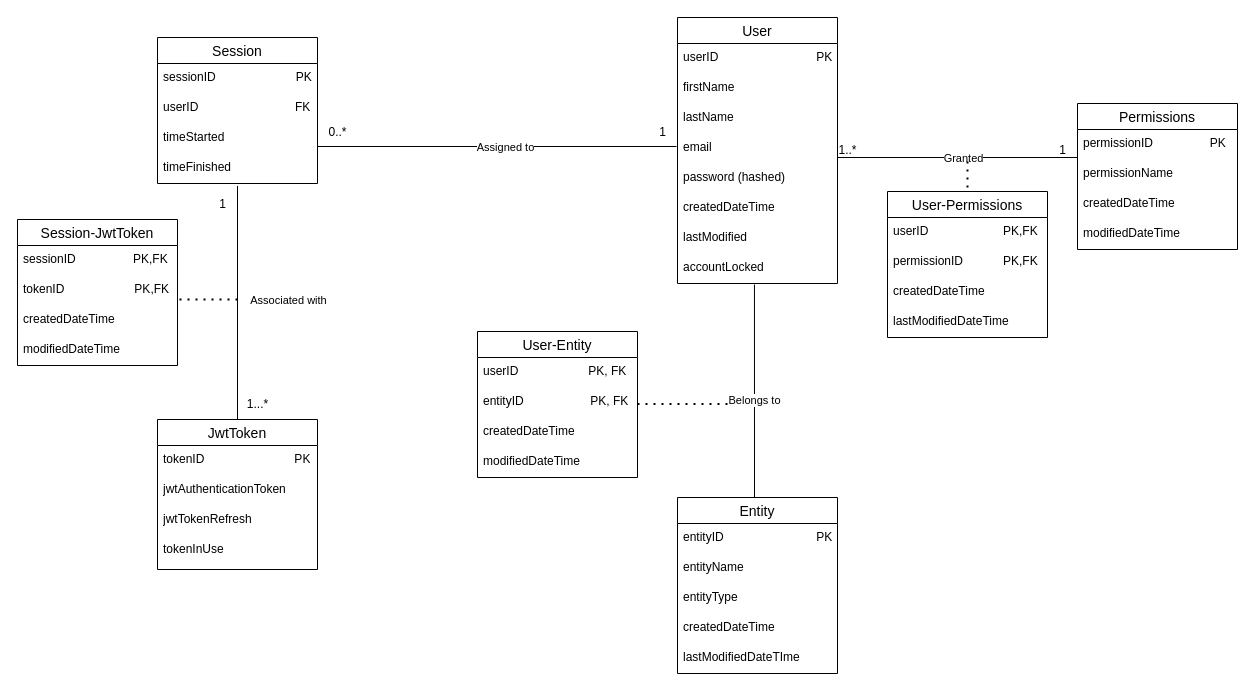
The draw.io diagram page "Database Design Diagram Authentication and Authorisation" (3 of 8) of Web App Component Diagram.drawio in LouiGee/finalProjectBackEnd, before the edit. Source tidied: cells renumbered, new cells numbered last; positions are measured from the earlier drawing's top-left corner, leaving out a move shared by most shapes. Both pictures are drawn from the tidied source at 100%, with x=0, y=0 at pixel (17, 17).
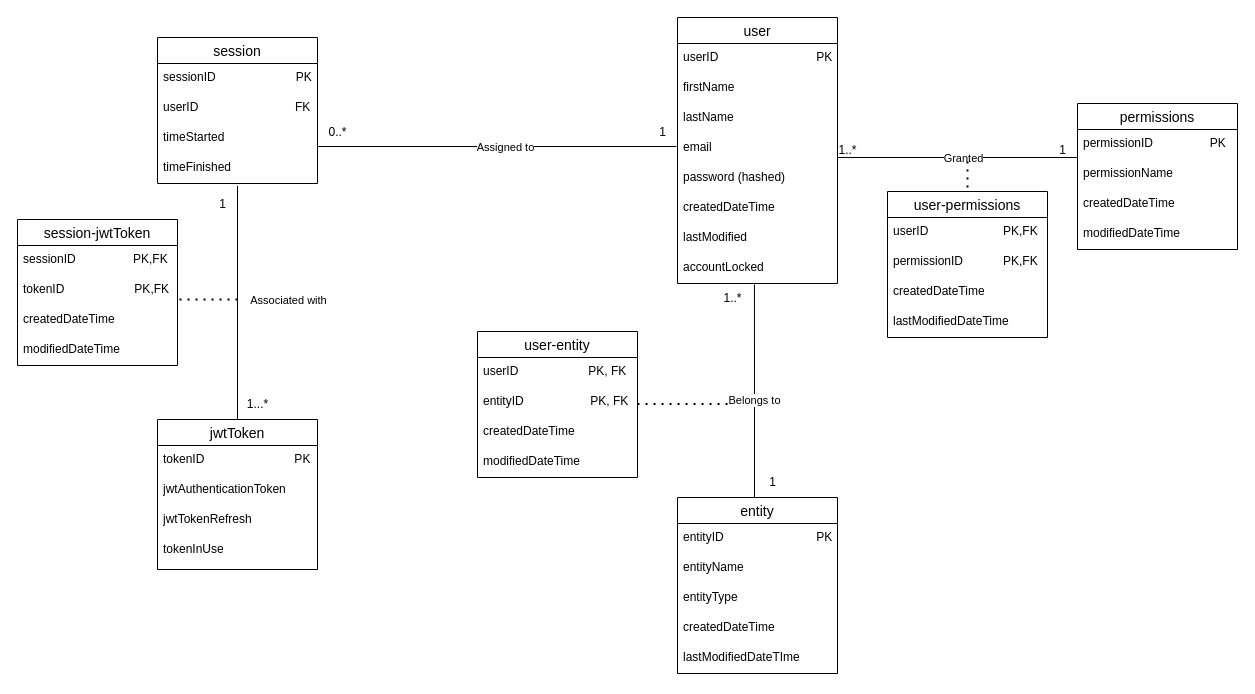
The same page after the edit.

Diff of the diagram source:
```diff
@@
-    <mxCell id="2" value="User" style="swimlane;fontStyle=0;horizontal=1;startSize=26;align=center;fontSize=14;" parent="1" vertex="1">
+    <mxCell id="2" value="user" style="swimlane;fontStyle=0;horizontal=1;startSize=26;align=center;fontSize=14;" parent="1" vertex="1">
       <mxGeometry x="660" width="160" height="266" as="geometry" />
     </mxCell>
@@
-    <mxCell id="11" value="Permissions" style="swimlane;fontStyle=0;horizontal=1;startSize=26;align=center;fontSize=14;" parent="1" vertex="1">
+    <mxCell id="11" value="permissions" style="swimlane;fontStyle=0;horizontal=1;startSize=26;align=center;fontSize=14;" parent="1" vertex="1">
       <mxGeometry x="1060" y="86" width="160" height="146" as="geometry" />
     </mxCell>
@@
-    <mxCell id="20" value="JwtToken" style="swimlane;fontStyle=0;horizontal=1;startSize=26;align=center;fontSize=14;" parent="1" vertex="1">
+    <mxCell id="20" value="jwtToken" style="swimlane;fontStyle=0;horizontal=1;startSize=26;align=center;fontSize=14;" parent="1" vertex="1">
       <mxGeometry x="140" y="402" width="160" height="150" as="geometry" />
     </mxCell>
@@
-    <mxCell id="25" value="Session" style="swimlane;fontStyle=0;horizontal=1;startSize=26;align=center;fontSize=14;" parent="1" vertex="1">
+    <mxCell id="25" value="session" style="swimlane;fontStyle=0;horizontal=1;startSize=26;align=center;fontSize=14;" parent="1" vertex="1">
       <mxGeometry x="140" y="20" width="160" height="146" as="geometry" />
     </mxCell>
@@
-    <mxCell id="38" value="User-Permissions" style="swimlane;fontStyle=0;horizontal=1;startSize=26;align=center;fontSize=14;" parent="1" vertex="1">
+    <mxCell id="38" value="user-permissions" style="swimlane;fontStyle=0;horizontal=1;startSize=26;align=center;fontSize=14;" parent="1" vertex="1">
       <mxGeometry x="870" y="174" width="160" height="146" as="geometry" />
     </mxCell>
@@
-    <mxCell id="44" value="Session-JwtToken" style="swimlane;fontStyle=0;horizontal=1;startSize=26;align=center;fontSize=14;" parent="1" vertex="1">
+    <mxCell id="44" value="session-jwtToken" style="swimlane;fontStyle=0;horizontal=1;startSize=26;align=center;fontSize=14;" parent="1" vertex="1">
       <mxGeometry y="202" width="160" height="146" as="geometry" />
     </mxCell>
@@
-    <mxCell id="52" value="Entity" style="swimlane;fontStyle=0;horizontal=1;startSize=26;align=center;fontSize=14;" parent="1" vertex="1">
+    <mxCell id="52" value="entity" style="swimlane;fontStyle=0;horizontal=1;startSize=26;align=center;fontSize=14;" parent="1" vertex="1">
       <mxGeometry x="660" y="480" width="160" height="176" as="geometry" />
     </mxCell>
@@
-    <mxCell id="59" value="User-Entity" style="swimlane;fontStyle=0;horizontal=1;startSize=26;align=center;fontSize=14;" parent="1" vertex="1">
+    <mxCell id="59" value="user-entity" style="swimlane;fontStyle=0;horizontal=1;startSize=26;align=center;fontSize=14;" parent="1" vertex="1">
       <mxGeometry x="460" y="314" width="160" height="146" as="geometry" />
     </mxCell>
@@
+    <mxCell id="64" value="1" style="text;html=1;align=center;verticalAlign=middle;strokeColor=none;fillColor=none;" parent="1" vertex="1">
+      <mxGeometry x="740" y="450" width="30" height="30" as="geometry" />
+    </mxCell>
+    <mxCell id="65" value="1..*" style="text;html=1;align=center;verticalAlign=middle;strokeColor=none;fillColor=none;" parent="1" vertex="1">
+      <mxGeometry x="695" y="266" width="40" height="30" as="geometry" />
+    </mxCell>
```
